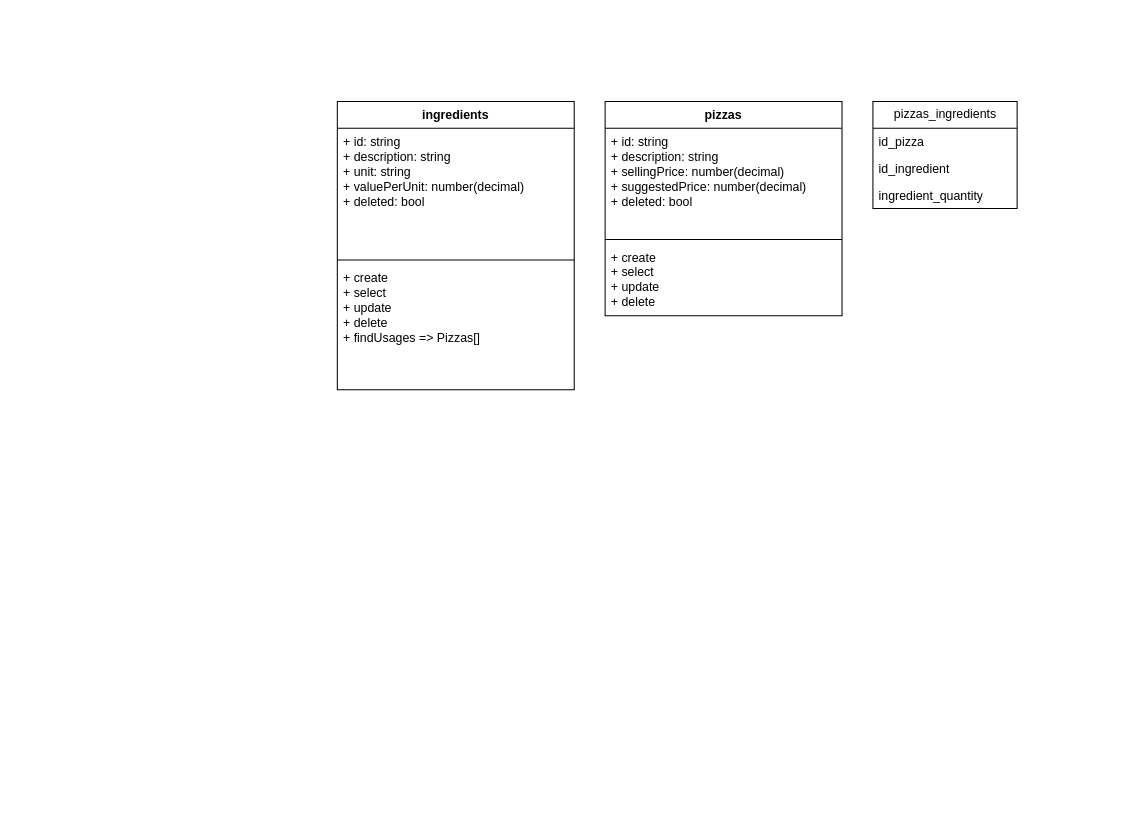
thiagoelias99/PizzaHub-BackEnd-Node-Express keeps this draw.io diagram as utils/models.drawio. Above is the earlier version. Source tidied: cells renumbered, new cells numbered last; positions are measured from the earlier drawing's top-left corner, leaving out a move shared by most shapes. Both pictures are drawn from the tidied source at 103%, with x=0, y=0 at pixel (337, 101).
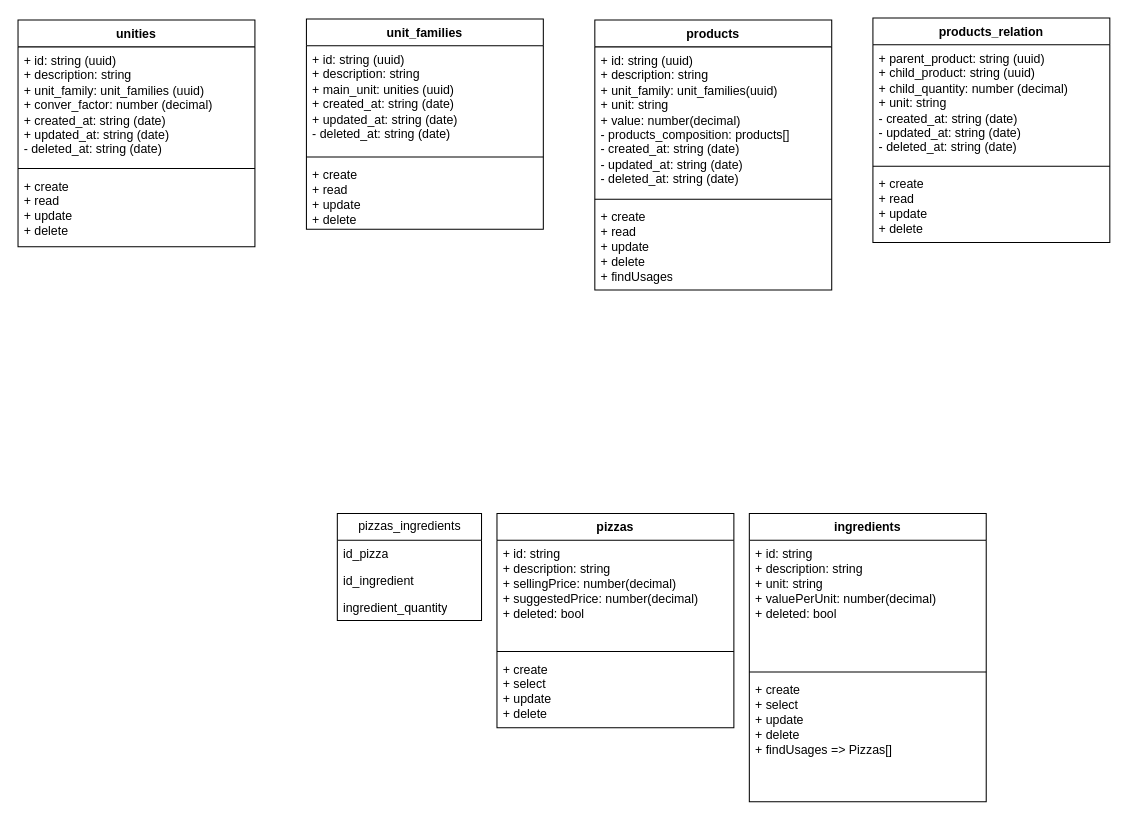
After the change.

Commit message (it also covers changes not shown here):
atualizado models

Change to the diagram source:
```diff
@@
     <mxCell id="2" value="pizzas_ingredients" style="swimlane;fontStyle=0;horizontal=1;startSize=26;fillColor=none;html=1;" parent="1" vertex="1">
-      <mxGeometry x="520" width="140" height="104" as="geometry" />
+      <mxGeometry y="400" width="140" height="104" as="geometry" />
     </mxCell>
@@
     <mxCell id="6" value="ingredients" style="swimlane;fontStyle=1;align=center;verticalAlign=top;horizontal=1;startSize=26;whiteSpace=wrap;html=1;" parent="1" vertex="1">
-      <mxGeometry width="230" height="280" as="geometry" />
+      <mxGeometry x="400" y="400" width="230" height="280" as="geometry" />
     </mxCell>
@@
     <mxCell id="10" value="pizzas" style="swimlane;fontStyle=1;align=center;verticalAlign=top;horizontal=1;startSize=26;whiteSpace=wrap;html=1;" parent="1" vertex="1">
-      <mxGeometry x="260" width="230" height="208" as="geometry" />
+      <mxGeometry x="155" y="400" width="230" height="208" as="geometry" />
     </mxCell>
@@
+    <mxCell id="14" value="products" style="swimlane;fontStyle=1;align=center;verticalAlign=top;horizontal=1;startSize=26;whiteSpace=wrap;html=1;" parent="1" vertex="1">
+      <mxGeometry x="250" y="-79" width="230" height="262" as="geometry" />
+    </mxCell>
+    <mxCell id="15" value="+ id: string (uuid)&lt;br&gt;+&amp;nbsp;description: string&lt;br&gt;+ unit_family: unit_families(uuid)&lt;br&gt;+&amp;nbsp;unit: string&lt;br&gt;+&amp;nbsp;value: number(decimal)&lt;br&gt;- products_composition: products[]&lt;br&gt;- created_at: string (date)&lt;br&gt;- updated_at: string (date)&lt;br&gt;- deleted_at: string (date)" style="text;strokeColor=none;fillColor=none;align=left;verticalAlign=top;spacingLeft=4;spacingRight=4;overflow=hidden;whiteSpace=wrap;html=1;" parent="14" vertex="1">
+      <mxGeometry y="26" width="230" height="144" as="geometry" />
+    </mxCell>
+    <mxCell id="16" style="line;strokeWidth=1;fillColor=none;align=left;verticalAlign=middle;spacingTop=-1;spacingLeft=3;spacingRight=3;labelPosition=right;strokeColor=inherit;" parent="14" vertex="1">
+      <mxGeometry y="170" width="230" height="8" as="geometry" />
+    </mxCell>
+    <mxCell id="17" value="+ create&lt;br&gt;+ read&lt;br&gt;+ update&lt;br&gt;+ delete&lt;br&gt;+ findUsages" style="text;strokeColor=none;fillColor=none;align=left;verticalAlign=top;spacingLeft=4;spacingRight=4;overflow=hidden;whiteSpace=wrap;html=1;" parent="14" vertex="1">
+      <mxGeometry y="178" width="230" height="84" as="geometry" />
+    </mxCell>
+    <mxCell id="18" value="products_relation" style="swimlane;fontStyle=1;align=center;verticalAlign=top;horizontal=1;startSize=26;whiteSpace=wrap;html=1;" parent="1" vertex="1">
+      <mxGeometry x="520" y="-81" width="230" height="218" as="geometry" />
+    </mxCell>
+    <mxCell id="19" value="+ parent_product: string (uuid)&lt;br&gt;+ child_product: string (uuid)&lt;br&gt;+ child_quantity: number (decimal)&lt;br&gt;+&amp;nbsp;unit: string&lt;br&gt;- created_at: string (date)&lt;br&gt;- updated_at: string (date)&lt;br&gt;- deleted_at: string (date)" style="text;strokeColor=none;fillColor=none;align=left;verticalAlign=top;spacingLeft=4;spacingRight=4;overflow=hidden;whiteSpace=wrap;html=1;" parent="18" vertex="1">
+      <mxGeometry y="26" width="230" height="114" as="geometry" />
+    </mxCell>
+    <mxCell id="20" style="line;strokeWidth=1;fillColor=none;align=left;verticalAlign=middle;spacingTop=-1;spacingLeft=3;spacingRight=3;labelPosition=right;strokeColor=inherit;" parent="18" vertex="1">
+      <mxGeometry y="140" width="230" height="8" as="geometry" />
+    </mxCell>
+    <mxCell id="21" value="+ create&lt;br&gt;+ read&lt;br&gt;+ update&lt;br&gt;+ delete" style="text;strokeColor=none;fillColor=none;align=left;verticalAlign=top;spacingLeft=4;spacingRight=4;overflow=hidden;whiteSpace=wrap;html=1;" parent="18" vertex="1">
+      <mxGeometry y="148" width="230" height="70" as="geometry" />
+    </mxCell>
+    <mxCell id="22" value="unit_families" style="swimlane;fontStyle=1;align=center;verticalAlign=top;horizontal=1;startSize=26;whiteSpace=wrap;html=1;" parent="1" vertex="1">
+      <mxGeometry x="-30" y="-80" width="230" height="204" as="geometry" />
+    </mxCell>
+    <mxCell id="23" value="+ id: string (uuid)&lt;br&gt;+&amp;nbsp;description: string&lt;br&gt;+ main_unit: unities (uuid)&lt;br&gt;+ created_at: string (date)&lt;br&gt;+ updated_at: string (date)&lt;br&gt;- deleted_at: string (date)" style="text;strokeColor=none;fillColor=none;align=left;verticalAlign=top;spacingLeft=4;spacingRight=4;overflow=hidden;whiteSpace=wrap;html=1;" parent="22" vertex="1">
+      <mxGeometry y="26" width="230" height="104" as="geometry" />
+    </mxCell>
+    <mxCell id="24" style="line;strokeWidth=1;fillColor=none;align=left;verticalAlign=middle;spacingTop=-1;spacingLeft=3;spacingRight=3;labelPosition=right;strokeColor=inherit;" parent="22" vertex="1">
+      <mxGeometry y="130" width="230" height="8" as="geometry" />
+    </mxCell>
+    <mxCell id="25" value="+ create&lt;br&gt;+ read&lt;br&gt;+ update&lt;br&gt;+ delete" style="text;strokeColor=none;fillColor=none;align=left;verticalAlign=top;spacingLeft=4;spacingRight=4;overflow=hidden;whiteSpace=wrap;html=1;" parent="22" vertex="1">
+      <mxGeometry y="138" width="230" height="66" as="geometry" />
+    </mxCell>
+    <mxCell id="26" value="unities" style="swimlane;fontStyle=1;align=center;verticalAlign=top;horizontal=1;startSize=26;whiteSpace=wrap;html=1;" parent="1" vertex="1">
+      <mxGeometry x="-310" y="-79" width="230" height="220" as="geometry" />
+    </mxCell>
+    <mxCell id="27" value="+ id: string (uuid)&lt;br&gt;+&amp;nbsp;description: string&lt;br&gt;+ unit_family: unit_families (uuid)&lt;br&gt;+ conver_factor: number (decimal)&lt;br&gt;+ created_at: string (date)&lt;br&gt;+ updated_at: string (date)&lt;br&gt;- deleted_at: string (date)" style="text;strokeColor=none;fillColor=none;align=left;verticalAlign=top;spacingLeft=4;spacingRight=4;overflow=hidden;whiteSpace=wrap;html=1;" parent="26" vertex="1">
+      <mxGeometry y="26" width="230" height="114" as="geometry" />
+    </mxCell>
+    <mxCell id="28" style="line;strokeWidth=1;fillColor=none;align=left;verticalAlign=middle;spacingTop=-1;spacingLeft=3;spacingRight=3;labelPosition=right;strokeColor=inherit;" parent="26" vertex="1">
+      <mxGeometry y="140" width="230" height="8" as="geometry" />
+    </mxCell>
+    <mxCell id="29" value="+ create&lt;br&gt;+ read&lt;br&gt;+ update&lt;br&gt;+ delete" style="text;strokeColor=none;fillColor=none;align=left;verticalAlign=top;spacingLeft=4;spacingRight=4;overflow=hidden;whiteSpace=wrap;html=1;" parent="26" vertex="1">
+      <mxGeometry y="148" width="230" height="72" as="geometry" />
+    </mxCell>
```
